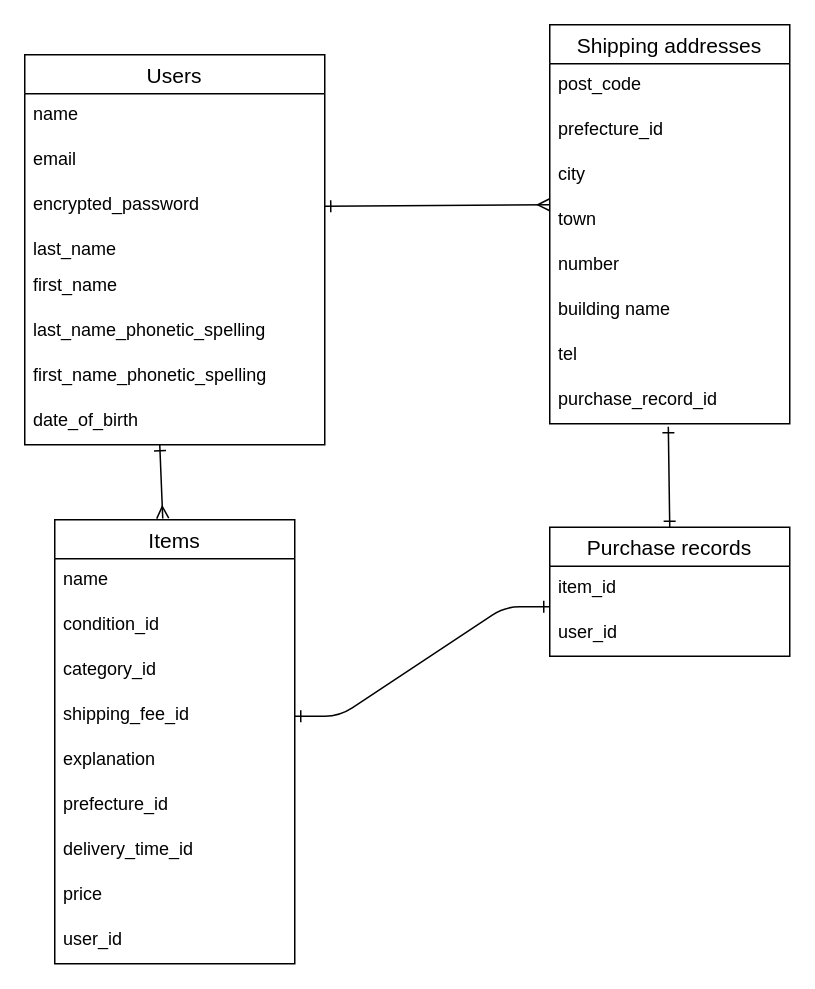
frmwkym/furima-40918 keeps this draw.io diagram as furima.dio. Above is the earlier version. Source tidied: cells renumbered, new cells numbered last; positions are measured from the earlier drawing's top-left corner, leaving out a move shared by most shapes. Both pictures are drawn from the tidied source at 150%, with x=0, y=0 at pixel (24, 24).
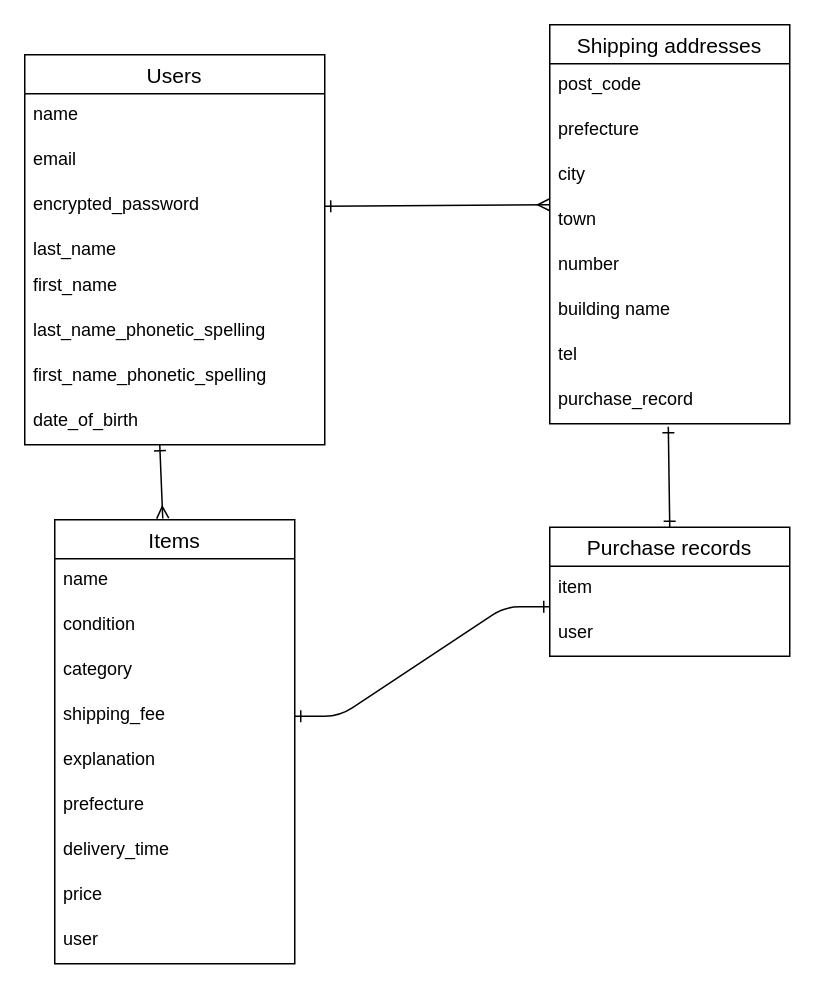
The same diagram, later.

Commit message (it also covers changes not shown here):
データベース設計3

The change refers to these unchanged cells:
```xml
<mxCell id="11" value="Items" style="swimlane;fontStyle=0;horizontal=1;startSize=26;align=center;fontSize=14;" parent="1" vertex="1">
  <mxGeometry x="20" y="330" width="160" height="296" as="geometry" />
</mxCell>
<mxCell id="21" value="Shipping addresses" style="swimlane;fontStyle=0;horizontal=1;startSize=26;align=center;fontSize=14;" parent="1" vertex="1">
  <mxGeometry x="350" width="160" height="266" as="geometry" />
</mxCell>
<mxCell id="30" value="Purchase records" style="swimlane;fontStyle=0;horizontal=1;startSize=26;align=center;fontSize=14;" parent="1" vertex="1">
  <mxGeometry x="350" y="335" width="160" height="86" as="geometry" />
</mxCell>
```

Change to the diagram source:
```diff
@@
-    <mxCell id="13" value="condition_id" style="text;strokeColor=none;fillColor=none;spacingLeft=4;spacingRight=4;overflow=hidden;fontSize=12;" parent="11" vertex="1">
+    <mxCell id="13" value="condition" style="text;strokeColor=none;fillColor=none;spacingLeft=4;spacingRight=4;overflow=hidden;fontSize=12;" parent="11" vertex="1">
       <mxGeometry y="56" width="160" height="30" as="geometry" />
     </mxCell>
-    <mxCell id="14" value="category_id" style="text;strokeColor=none;fillColor=none;spacingLeft=4;spacingRight=4;overflow=hidden;fontSize=12;" parent="11" vertex="1">
+    <mxCell id="14" value="category" style="text;strokeColor=none;fillColor=none;spacingLeft=4;spacingRight=4;overflow=hidden;fontSize=12;" parent="11" vertex="1">
       <mxGeometry y="86" width="160" height="30" as="geometry" />
     </mxCell>
-    <mxCell id="15" value="shipping_fee_id" style="text;strokeColor=none;fillColor=none;spacingLeft=4;spacingRight=4;overflow=hidden;points=[[0,0.5],[1,0.5]];portConstraint=eastwest;fontSize=12;fontStyle=0;" parent="11" vertex="1">
+    <mxCell id="15" value="shipping_fee" style="text;strokeColor=none;fillColor=none;spacingLeft=4;spacingRight=4;overflow=hidden;points=[[0,0.5],[1,0.5]];portConstraint=eastwest;fontSize=12;fontStyle=0;" parent="11" vertex="1">
       <mxGeometry y="116" width="160" height="30" as="geometry" />
     </mxCell>
@@
-    <mxCell id="17" value="prefecture_id" style="text;strokeColor=none;fillColor=none;spacingLeft=4;spacingRight=4;overflow=hidden;fontSize=12;" parent="11" vertex="1">
+    <mxCell id="17" value="prefecture" style="text;strokeColor=none;fillColor=none;spacingLeft=4;spacingRight=4;overflow=hidden;fontSize=12;" parent="11" vertex="1">
       <mxGeometry y="176" width="160" height="30" as="geometry" />
     </mxCell>
-    <mxCell id="18" value="delivery_time_id" style="text;strokeColor=none;fillColor=none;spacingLeft=4;spacingRight=4;overflow=hidden;fontSize=12;" parent="11" vertex="1">
+    <mxCell id="18" value="delivery_time" style="text;strokeColor=none;fillColor=none;spacingLeft=4;spacingRight=4;overflow=hidden;fontSize=12;" parent="11" vertex="1">
       <mxGeometry y="206" width="160" height="30" as="geometry" />
     </mxCell>
@@
-    <mxCell id="20" value="user_id" style="text;strokeColor=none;fillColor=none;spacingLeft=4;spacingRight=4;overflow=hidden;fontSize=12;" parent="11" vertex="1">
+    <mxCell id="20" value="user" style="text;strokeColor=none;fillColor=none;spacingLeft=4;spacingRight=4;overflow=hidden;fontSize=12;" parent="11" vertex="1">
       <mxGeometry y="266" width="160" height="30" as="geometry" />
     </mxCell>
@@
-    <mxCell id="23" value="prefecture_id" style="text;strokeColor=none;fillColor=none;spacingLeft=4;spacingRight=4;overflow=hidden;fontSize=12;" parent="21" vertex="1">
+    <mxCell id="23" value="prefecture" style="text;strokeColor=none;fillColor=none;spacingLeft=4;spacingRight=4;overflow=hidden;fontSize=12;" parent="21" vertex="1">
       <mxGeometry y="56" width="160" height="30" as="geometry" />
     </mxCell>
@@
-    <mxCell id="29" value="purchase_record_id" style="text;strokeColor=none;fillColor=none;spacingLeft=4;spacingRight=4;overflow=hidden;points=[[0,0.5],[1,0.5]];portConstraint=eastwest;fontSize=12;" parent="21" vertex="1">
+    <mxCell id="29" value="purchase_record" style="text;strokeColor=none;fillColor=none;spacingLeft=4;spacingRight=4;overflow=hidden;points=[[0,0.5],[1,0.5]];portConstraint=eastwest;fontSize=12;" parent="21" vertex="1">
       <mxGeometry y="236" width="160" height="30" as="geometry" />
     </mxCell>
@@
-    <mxCell id="31" value="item_id" style="text;strokeColor=none;fillColor=none;spacingLeft=4;spacingRight=4;overflow=hidden;fontSize=12;" parent="30" vertex="1">
+    <mxCell id="31" value="item" style="text;strokeColor=none;fillColor=none;spacingLeft=4;spacingRight=4;overflow=hidden;fontSize=12;" parent="30" vertex="1">
       <mxGeometry y="26" width="160" height="30" as="geometry" />
     </mxCell>
-    <mxCell id="32" value="user_id" style="text;strokeColor=none;fillColor=none;spacingLeft=4;spacingRight=4;overflow=hidden;points=[[0,0.5],[1,0.5]];portConstraint=eastwest;fontSize=12;" parent="30" vertex="1">
+    <mxCell id="32" value="user" style="text;strokeColor=none;fillColor=none;spacingLeft=4;spacingRight=4;overflow=hidden;points=[[0,0.5],[1,0.5]];portConstraint=eastwest;fontSize=12;" parent="30" vertex="1">
       <mxGeometry y="56" width="160" height="30" as="geometry" />
     </mxCell>
```
